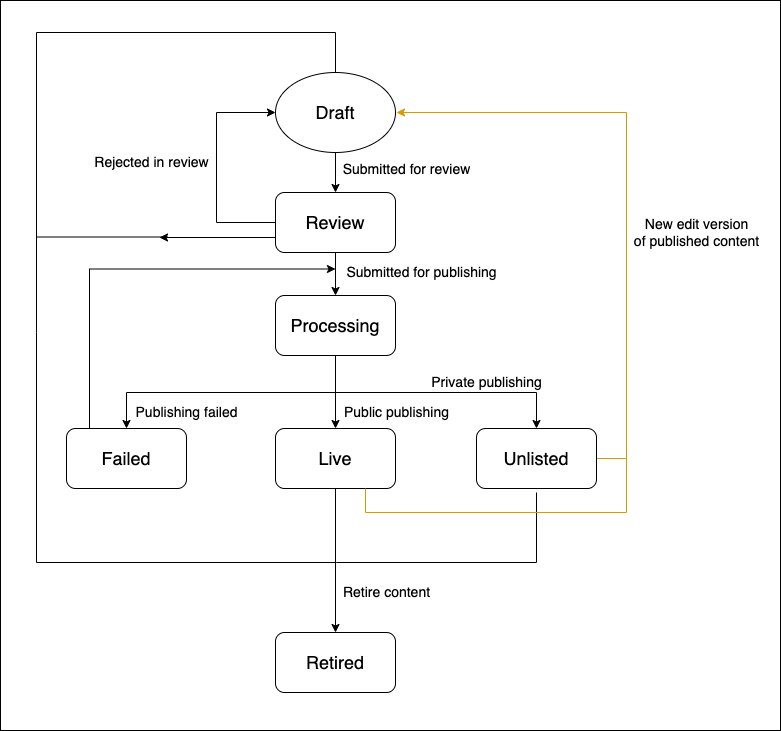
Before: .gitbook/assets/sunbird-knowlg-status flow diagram.png, a diagram exported from draw.io (Sunbird-Knowlg/Community). Source tidied: cells renumbered, new cells last; positions are measured from the earlier drawing's top-left corner, leaving out a move shared by most shapes. Source of this version:
```xml
<mxGraphModel>
  <root>
    <mxCell id="0" />
    <mxCell id="1" parent="0" />
    <mxCell id="2" style="edgeStyle=orthogonalEdgeStyle;rounded=0;jettySize=auto;html=1;fontSize=18;" parent="1" edge="1" source="3" target="7">
      <mxGeometry relative="1" as="geometry" />
    </mxCell>
    <mxCell id="3" value="&lt;font style=&quot;font-size: 18px&quot;&gt;Draft&lt;/font&gt;" style="ellipse;whiteSpace=wrap;html=1;" parent="1" vertex="1">
      <mxGeometry x="275" y="72" width="120" height="80" as="geometry" />
    </mxCell>
    <mxCell id="4" style="edgeStyle=orthogonalEdgeStyle;rounded=0;jettySize=auto;html=1;fontSize=18;" parent="1" edge="1" source="7" target="18">
      <mxGeometry relative="1" as="geometry" />
    </mxCell>
    <mxCell id="5" style="edgeStyle=orthogonalEdgeStyle;rounded=0;jettySize=auto;html=1;entryX=0;entryY=0.5;entryDx=0;entryDy=0;fontSize=18;" parent="1" edge="1" source="7" target="3">
      <mxGeometry relative="1" as="geometry">
        <Array as="points">
          <mxPoint x="216" y="222" />
          <mxPoint x="216" y="112" />
        </Array>
      </mxGeometry>
    </mxCell>
    <mxCell id="6" style="edgeStyle=orthogonalEdgeStyle;rounded=0;jettySize=auto;html=1;exitX=0;exitY=0.75;exitDx=0;exitDy=0;fontSize=14;" parent="1" edge="1" source="7">
      <mxGeometry relative="1" as="geometry">
        <mxPoint x="159" y="237" as="targetPoint" />
      </mxGeometry>
    </mxCell>
    <mxCell id="7" value="Review" style="rounded=1;whiteSpace=wrap;html=1;fontSize=18;" parent="1" vertex="1">
      <mxGeometry x="275" y="192" width="120" height="60" as="geometry" />
    </mxCell>
    <mxCell id="8" style="edgeStyle=orthogonalEdgeStyle;rounded=0;jettySize=auto;html=1;fontSize=18;" parent="1" edge="1" source="9" target="14">
      <mxGeometry relative="1" as="geometry" />
    </mxCell>
    <mxCell id="9" value="Live" style="rounded=1;whiteSpace=wrap;html=1;fontSize=18;" parent="1" vertex="1">
      <mxGeometry x="275" y="428" width="120" height="60" as="geometry" />
    </mxCell>
    <mxCell id="10" style="edgeStyle=orthogonalEdgeStyle;rounded=0;jettySize=auto;html=1;entryX=-0.006;entryY=0.325;entryDx=0;entryDy=0;entryPerimeter=0;fontSize=14;" parent="1" edge="1" source="11" target="21">
      <mxGeometry relative="1" as="geometry">
        <Array as="points">
          <mxPoint x="89" y="269" />
        </Array>
      </mxGeometry>
    </mxCell>
    <mxCell id="11" value="Failed" style="rounded=1;whiteSpace=wrap;html=1;fontSize=18;" parent="1" vertex="1">
      <mxGeometry x="66" y="428" width="120" height="60" as="geometry" />
    </mxCell>
    <mxCell id="12" style="edgeStyle=orthogonalEdgeStyle;rounded=0;jettySize=auto;html=1;fontSize=18;fillColor=#ffe6cc;strokeColor=#d79b00;" parent="1" edge="1" source="13">
      <mxGeometry relative="1" as="geometry">
        <mxPoint x="396" y="112" as="targetPoint" />
        <Array as="points">
          <mxPoint x="626" y="458" />
          <mxPoint x="626" y="112" />
        </Array>
      </mxGeometry>
    </mxCell>
    <mxCell id="13" value="Unlisted" style="rounded=1;whiteSpace=wrap;html=1;fontSize=18;" parent="1" vertex="1">
      <mxGeometry x="476" y="428" width="120" height="60" as="geometry" />
    </mxCell>
    <mxCell id="14" value="Retired" style="rounded=1;whiteSpace=wrap;html=1;fontSize=18;" parent="1" vertex="1">
      <mxGeometry x="275" y="632" width="120" height="60" as="geometry" />
    </mxCell>
    <mxCell id="15" style="edgeStyle=orthogonalEdgeStyle;rounded=0;jettySize=auto;html=1;fontSize=18;" parent="1" edge="1" source="18" target="9">
      <mxGeometry relative="1" as="geometry" />
    </mxCell>
    <mxCell id="16" style="edgeStyle=orthogonalEdgeStyle;rounded=0;jettySize=auto;html=1;fontSize=18;" parent="1" edge="1" source="18" target="11">
      <mxGeometry relative="1" as="geometry">
        <Array as="points">
          <mxPoint x="335" y="392" />
          <mxPoint x="126" y="392" />
        </Array>
      </mxGeometry>
    </mxCell>
    <mxCell id="17" style="edgeStyle=orthogonalEdgeStyle;rounded=0;jettySize=auto;html=1;fontSize=18;" parent="1" edge="1" source="18" target="13">
      <mxGeometry relative="1" as="geometry">
        <Array as="points">
          <mxPoint x="335" y="392" />
          <mxPoint x="536" y="392" />
        </Array>
      </mxGeometry>
    </mxCell>
    <mxCell id="18" value="Processing" style="rounded=1;whiteSpace=wrap;html=1;fontSize=18;" parent="1" vertex="1">
      <mxGeometry x="275" y="295" width="120" height="60" as="geometry" />
    </mxCell>
    <mxCell id="19" style="edgeStyle=orthogonalEdgeStyle;rounded=0;orthogonalLoop=1;jettySize=auto;html=1;exitX=0.5;exitY=1;exitDx=0;exitDy=0;fontSize=18;" parent="1" edge="1">
      <mxGeometry relative="1" as="geometry">
        <mxPoint x="335" y="632" as="sourcePoint" />
        <mxPoint x="335" y="632" as="targetPoint" />
      </mxGeometry>
    </mxCell>
    <mxCell id="20" value="&lt;font style=&quot;font-size: 14px&quot;&gt;Submitted for review&lt;/font&gt;" style="text;html=1;align=center;verticalAlign=middle;strokeColor=none;fillColor=none;fontSize=18;" parent="1" vertex="1">
      <mxGeometry x="336" y="152" width="140" height="30" as="geometry" />
    </mxCell>
    <mxCell id="21" value="Submitted for publishing" style="text;html=1;align=center;verticalAlign=middle;points=[];strokeColor=none;fillColor=none;fontSize=14;" parent="1" vertex="1">
      <mxGeometry x="336" y="262" width="170" height="20" as="geometry" />
    </mxCell>
    <mxCell id="22" value="Rejected in review" style="text;html=1;align=center;verticalAlign=middle;strokeColor=none;fillColor=none;fontSize=14;" parent="1" vertex="1">
      <mxGeometry x="86" y="152" width="130" height="20" as="geometry" />
    </mxCell>
    <mxCell id="23" value="New edit version&lt;br&gt;of published content" style="text;html=1;align=center;verticalAlign=middle;strokeColor=none;fillColor=none;fontSize=14;" parent="1" vertex="1">
      <mxGeometry x="626" y="212" width="140" height="40" as="geometry" />
    </mxCell>
    <mxCell id="24" value="Private publishing" style="text;html=1;align=center;verticalAlign=middle;strokeColor=none;fillColor=none;fontSize=14;" parent="1" vertex="1">
      <mxGeometry x="421" y="372" width="130" height="20" as="geometry" />
    </mxCell>
    <mxCell id="25" value="Public publishing" style="text;html=1;align=center;verticalAlign=middle;strokeColor=none;fillColor=none;fontSize=14;" parent="1" vertex="1">
      <mxGeometry x="336" y="402" width="120" height="20" as="geometry" />
    </mxCell>
    <mxCell id="26" value="Publishing failed" style="text;html=1;align=center;verticalAlign=middle;strokeColor=none;fillColor=none;fontSize=14;" parent="1" vertex="1">
      <mxGeometry x="126" y="402" width="120" height="20" as="geometry" />
    </mxCell>
    <mxCell id="27" style="endArrow=none;html=1;rounded=0;fontSize=14;" parent="1" edge="1">
      <mxGeometry relative="1" as="geometry">
        <mxPoint x="336" y="562" as="sourcePoint" />
        <mxPoint x="536" y="492" as="targetPoint" />
        <Array as="points">
          <mxPoint x="536" y="562" />
        </Array>
      </mxGeometry>
    </mxCell>
    <mxCell id="28" style="endArrow=none;html=1;rounded=0;fontSize=14;entryX=0.5;entryY=0;entryDx=0;entryDy=0;" parent="1" edge="1" target="3">
      <mxGeometry relative="1" as="geometry">
        <mxPoint x="336" y="562" as="sourcePoint" />
        <Array as="points">
          <mxPoint x="36" y="562" />
          <mxPoint x="36" y="332" />
          <mxPoint x="36" y="32" />
          <mxPoint x="335" y="32" />
        </Array>
      </mxGeometry>
    </mxCell>
    <mxCell id="29" value="Retire content" style="text;html=1;align=center;verticalAlign=middle;strokeColor=none;fillColor=none;fontSize=14;" parent="1" vertex="1">
      <mxGeometry x="336" y="582" width="100" height="20" as="geometry" />
    </mxCell>
    <mxCell id="30" style="endArrow=none;html=1;rounded=0;fontSize=14;exitX=0.75;exitY=1;exitDx=0;exitDy=0;fillColor=#ffe6cc;strokeColor=#d79b00;" parent="1" edge="1" source="9">
      <mxGeometry relative="1" as="geometry">
        <mxPoint x="626" y="452" as="targetPoint" />
        <Array as="points">
          <mxPoint x="365" y="512" />
          <mxPoint x="626" y="512" />
        </Array>
      </mxGeometry>
    </mxCell>
    <mxCell id="31" style="endArrow=none;html=1;rounded=0;fontSize=14;" parent="1" edge="1">
      <mxGeometry relative="1" as="geometry">
        <mxPoint x="37" y="236.5" as="sourcePoint" />
        <mxPoint x="167" y="236.5" as="targetPoint" />
      </mxGeometry>
    </mxCell>
    <mxCell id="32" style="rounded=0;whiteSpace=wrap;html=1;fontSize=14;fillColor=none;" parent="1" vertex="1">
      <mxGeometry width="780" height="730" as="geometry" />
    </mxCell>
  </root>
</mxGraphModel>
```
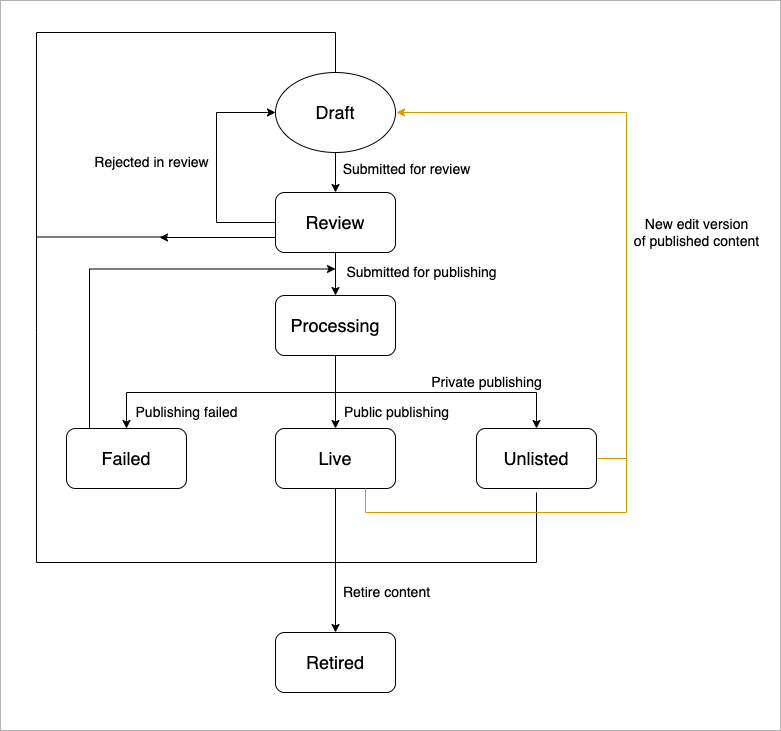
Above is the later version.

The edit, as a diff of the source:
```diff
@@ -145,7 +145,7 @@
         <mxPoint x="167" y="236.5" as="targetPoint" />
       </mxGeometry>
     </mxCell>
-    <mxCell id="32" style="rounded=0;whiteSpace=wrap;html=1;fontSize=14;fillColor=none;" parent="1" vertex="1">
+    <mxCell id="32" style="rounded=0;whiteSpace=wrap;html=1;fontSize=14;fillColor=none;strokeColor=#B3B3B3;" parent="1" vertex="1">
       <mxGeometry width="780" height="730" as="geometry" />
     </mxCell>
   </root>
```
